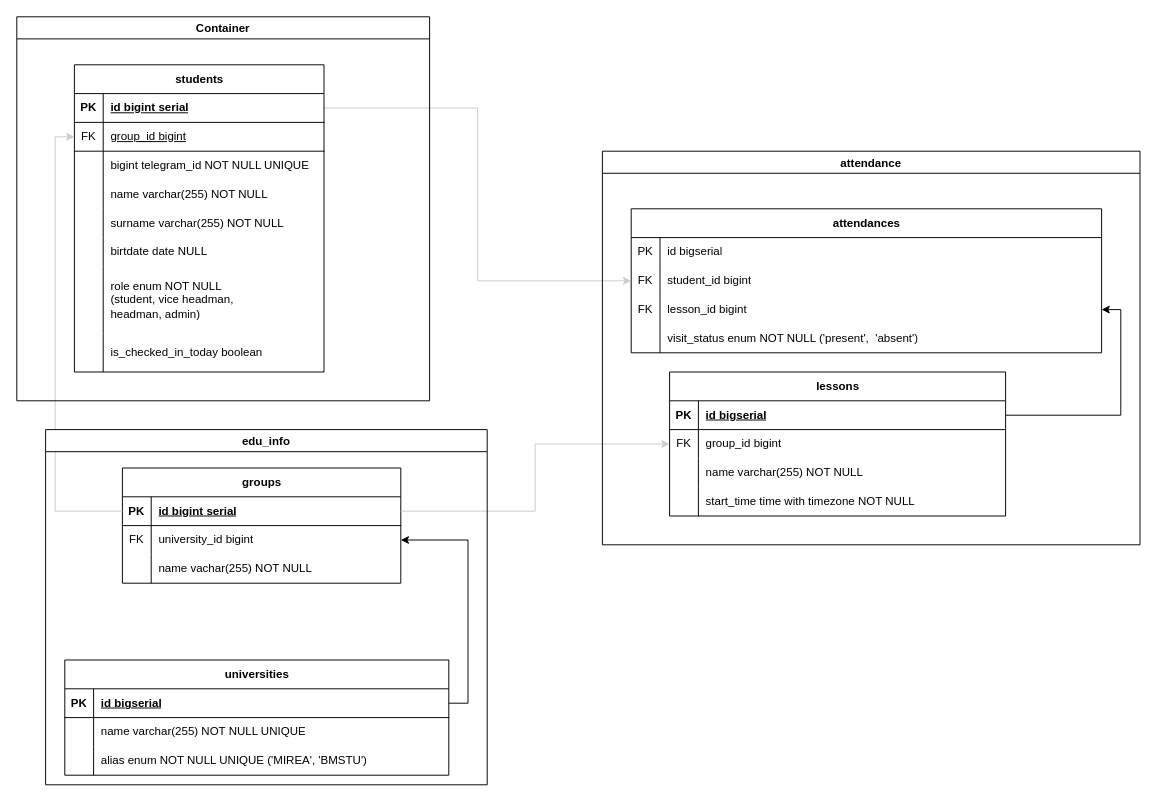
Before: docs/schemas/postgres.drawio in qiisqwww/HeadmanBot, a draw.io diagram. Source tidied: cells renumbered, new cells numbered last; positions are measured from the earlier drawing's top-left corner, leaving out a move shared by most shapes. Both pictures are drawn from the tidied source at 96%, with x=0, y=0 at pixel (-243, 16).
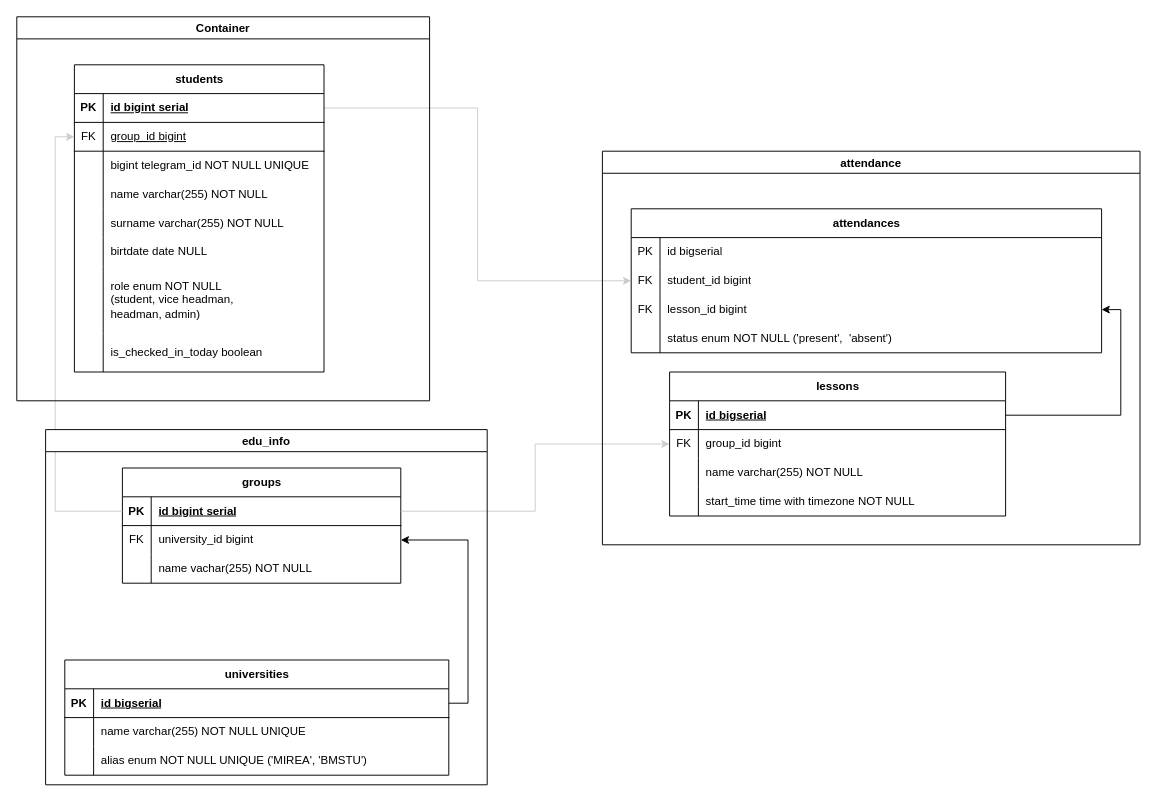
The same diagram, later.

Unchanged cells that the change refers to:
```xml
<mxCell id="40" style="shape=tableRow;horizontal=0;startSize=0;swimlaneHead=0;swimlaneBody=0;fillColor=none;top=0;left=0;right=0;bottom=0;" parent="30" vertex="1">
  <mxGeometry y="120" width="490" height="30" as="geometry" />
</mxCell>
```

What changed in the source:
```diff
@@
-    <mxCell id="42" value="visit_status enum NOT NULL ('present',&amp;nbsp; 'absent')" style="shape=partialRectangle;fillColor=none;top=0;left=0;bottom=0;right=0;align=left;spacingLeft=6;overflow=hidden;whiteSpace=wrap;html=1;" parent="40" vertex="1">
+    <mxCell id="42" value="status enum NOT NULL ('present',&amp;nbsp; 'absent')" style="shape=partialRectangle;fillColor=none;top=0;left=0;bottom=0;right=0;align=left;spacingLeft=6;overflow=hidden;whiteSpace=wrap;html=1;" parent="40" vertex="1">
       <mxGeometry x="30" width="460" height="30" as="geometry" />
     </mxCell>
```
